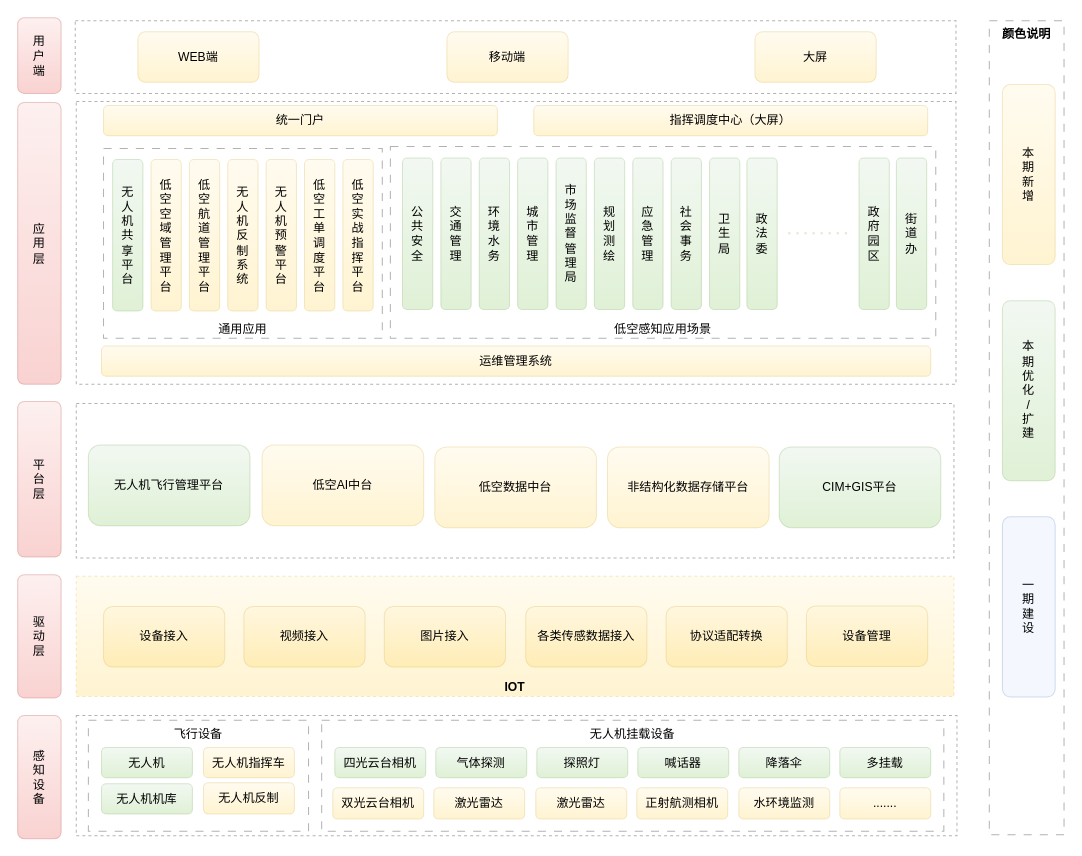
yangchenyu/micro-service keeps this draw.io diagram as 总体架构2.drawio. Above is the earlier version. Source tidied: cells renumbered, new cells numbered last; positions are measured from the earlier drawing's top-left corner, leaving out a move shared by most shapes. Both pictures are drawn from the tidied source at 101%, with x=0, y=0 at pixel (17, 17).
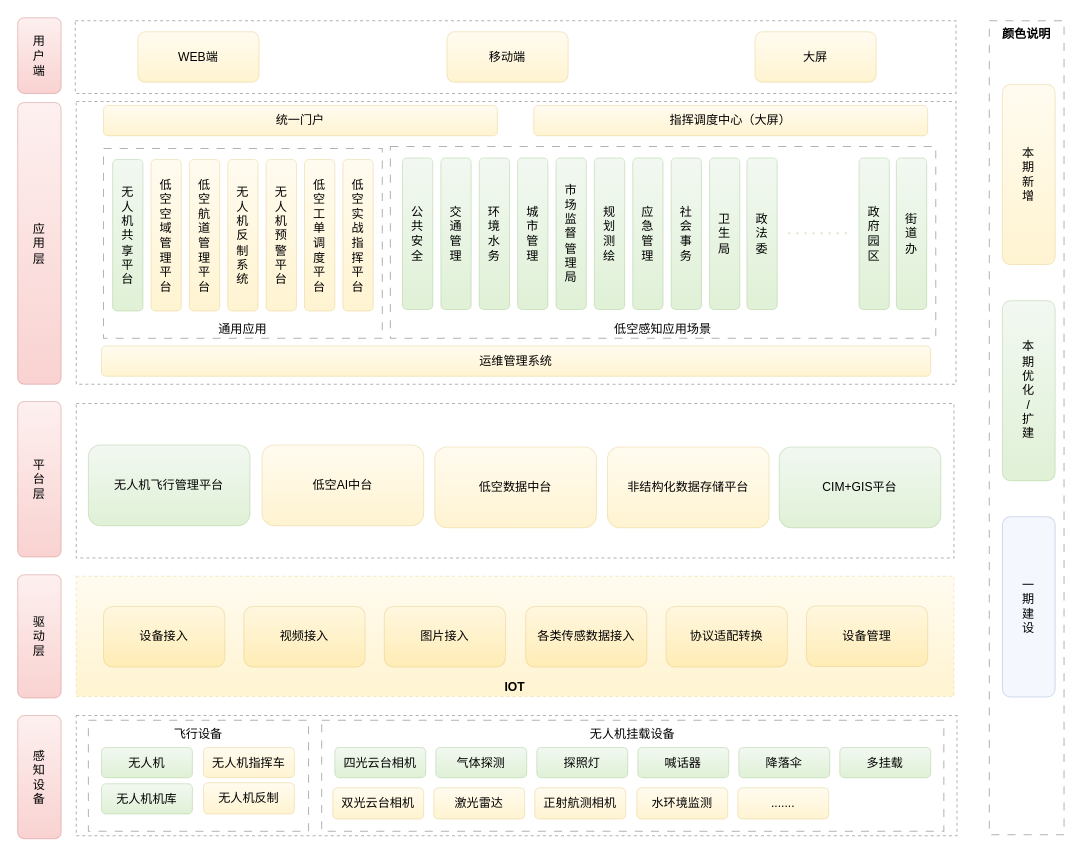
Above is the later version.

Commit message:
更新总体架构2.drawio

The edit, as a diff of the source:
```diff
@@
-    <mxCell id="67" value="激光雷达" style="rounded=1;whiteSpace=wrap;html=1;opacity=30;fillColor=#fff2cc;strokeColor=#d6b656;gradientColor=#ffd966;" parent="1" vertex="1">
-      <mxGeometry x="513" y="762.5" width="90" height="31" as="geometry" />
-    </mxCell>
     <mxCell id="68" value="正射航测相机" style="rounded=1;whiteSpace=wrap;html=1;opacity=30;fillColor=#fff2cc;strokeColor=#d6b656;gradientColor=#ffd966;" parent="1" vertex="1">
-      <mxGeometry x="613" y="762.5" width="90" height="31" as="geometry" />
+      <mxGeometry x="512" y="762.5" width="90" height="31" as="geometry" />
     </mxCell>
     <mxCell id="69" value="水环境监测" style="rounded=1;whiteSpace=wrap;html=1;opacity=30;fillColor=#fff2cc;strokeColor=#d6b656;gradientColor=#ffd966;" parent="1" vertex="1">
-      <mxGeometry x="714" y="762.5" width="90" height="31" as="geometry" />
+      <mxGeometry x="613" y="762.5" width="90" height="31" as="geometry" />
     </mxCell>
     <mxCell id="70" value="......." style="rounded=1;whiteSpace=wrap;html=1;opacity=30;fillColor=#fff2cc;strokeColor=#d6b656;gradientColor=#ffd966;" parent="1" vertex="1">
-      <mxGeometry x="814" y="762.5" width="90" height="31" as="geometry" />
+      <mxGeometry x="713" y="762.5" width="90" height="31" as="geometry" />
     </mxCell>
```
